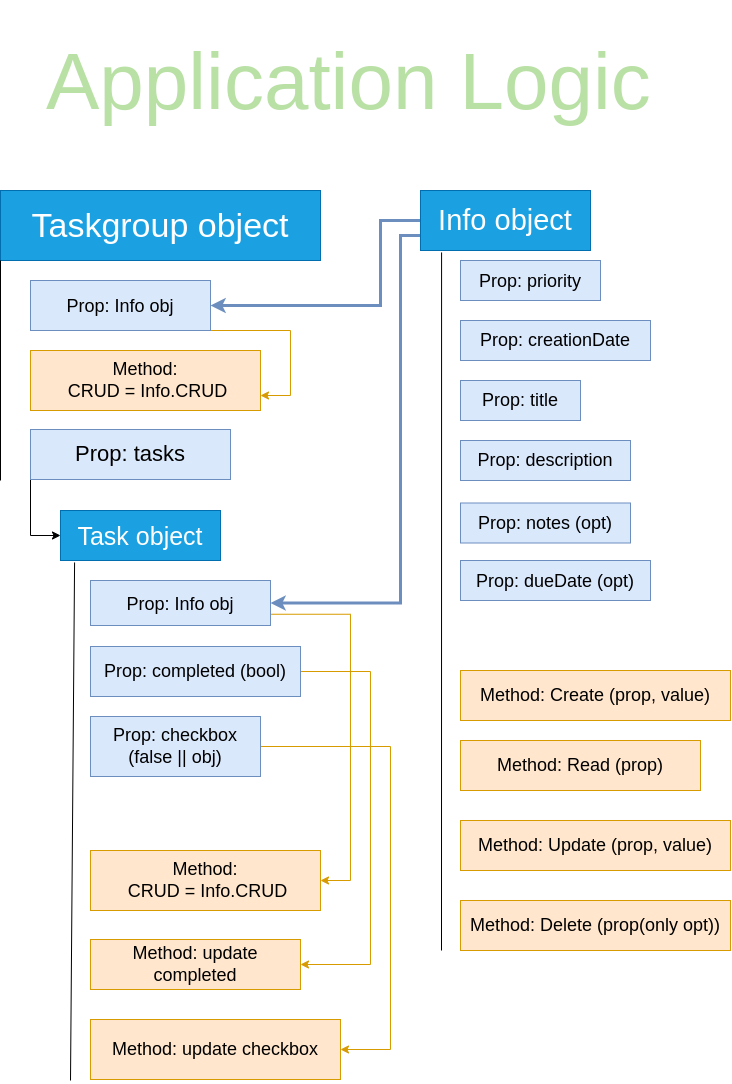
Before: todo-list-structure.drawio.png, a diagram exported from draw.io (tomcoso/to-do-list). Source tidied: cells renumbered, new cells last; positions are measured from the earlier drawing's top-left corner, leaving out a move shared by most shapes.
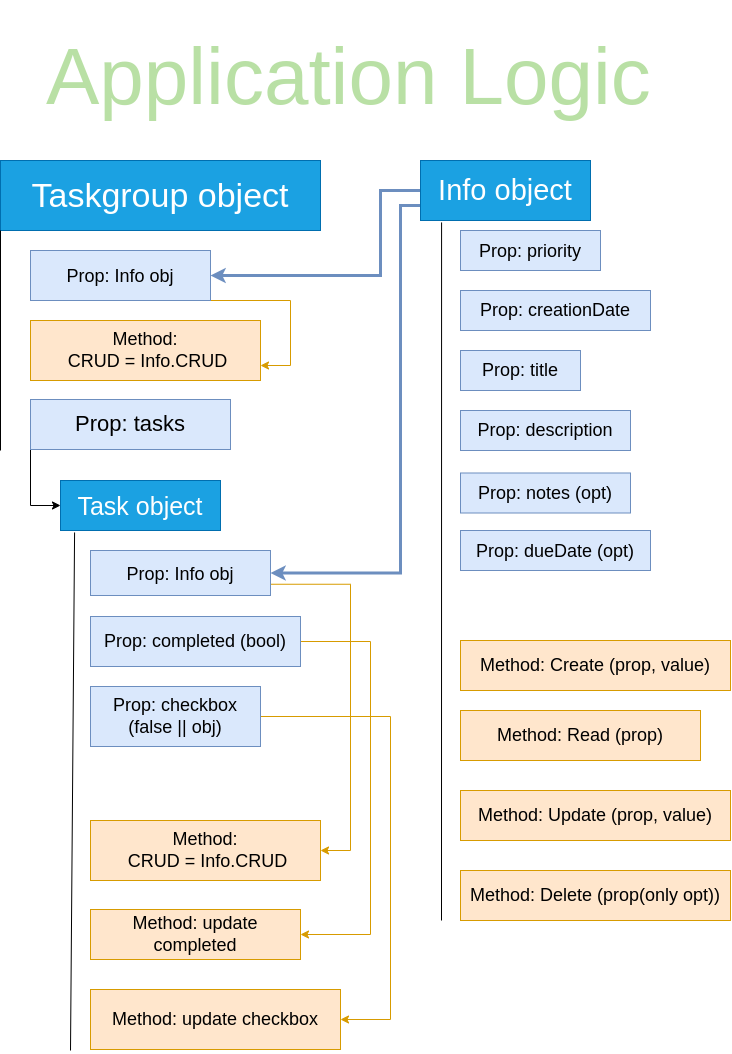
Above is the later version.

Diff of the diagram source:
```diff
@@ -134,8 +134,8 @@
     <mxCell id="33" value="Method: update checkbox" style="rounded=0;whiteSpace=wrap;html=1;fontSize=18;fillColor=#ffe6cc;strokeColor=#d79b00;" parent="1" vertex="1">
       <mxGeometry x="90" y="1019" width="250" height="60" as="geometry" />
     </mxCell>
-    <mxCell id="34" value="Application Logic" style="text;strokeColor=none;fillColor=none;align=left;verticalAlign=middle;spacingLeft=4;spacingRight=4;overflow=hidden;fontSize=80;fontColor=#B9E0A5;" parent="1" vertex="1">
-      <mxGeometry x="40" width="640" height="140" as="geometry" />
+    <mxCell id="34" value="Application Logic" style="text;align=left;verticalAlign=middle;spacingLeft=4;spacingRight=4;overflow=hidden;fontSize=80;fontColor=#B9E0A5;" parent="1" vertex="1">
+      <mxGeometry x="40" y="30" width="640" height="130" as="geometry" />
     </mxCell>
   </root>
 </mxGraphModel>
```
